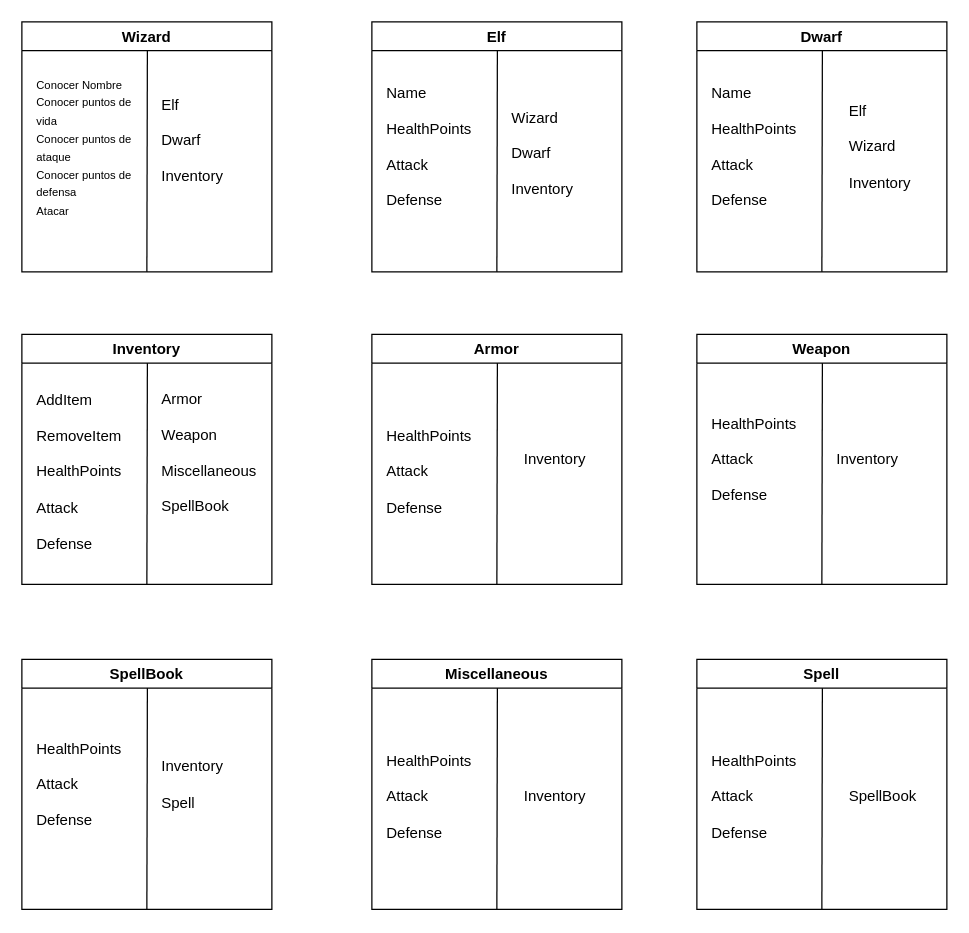
Before: Tarjetas CRC.drawio in charlis96/RolePlayGame_1_Start, a draw.io diagram. Source tidied: cells renumbered, new cells numbered last; positions are measured from the earlier drawing's top-left corner, leaving out a move shared by most shapes. Both pictures are drawn from the tidied source at 125%, with x=0, y=0 at pixel (21, 21).
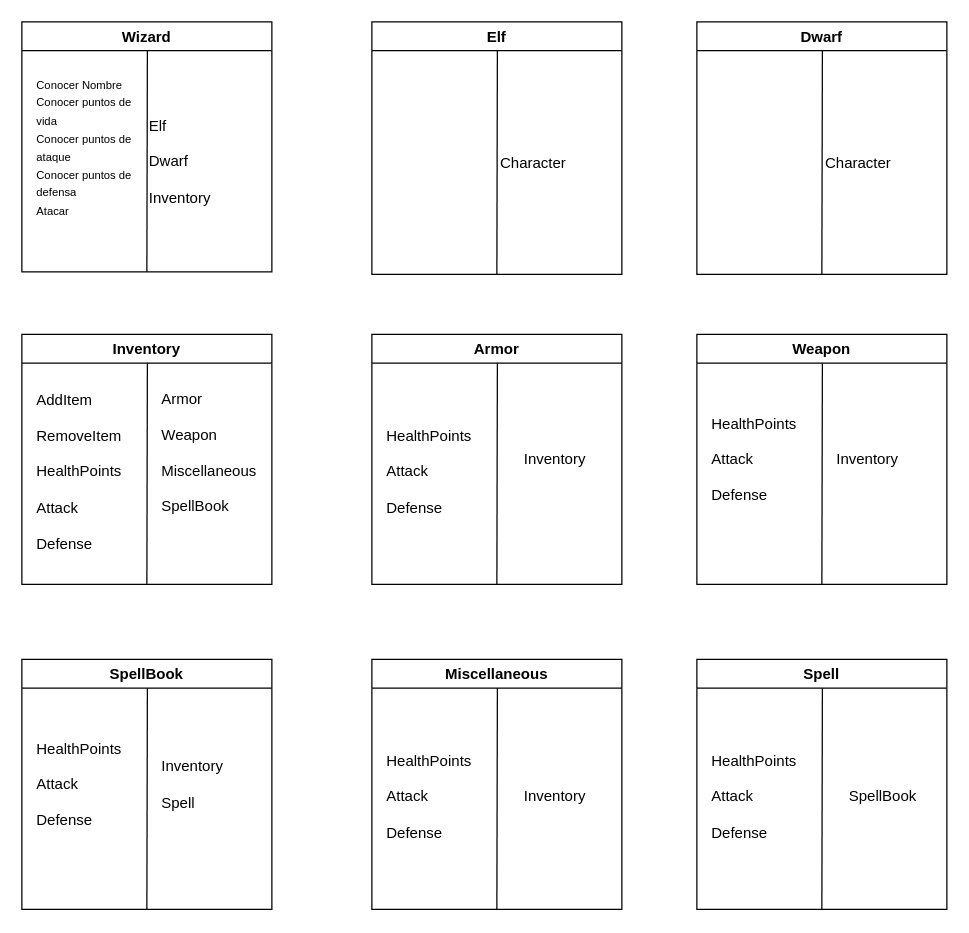
The same page after the edit.

The change refers to these unchanged cells:
```xml
<mxCell id="2" value="Wizard" style="swimlane;" parent="1" vertex="1">
  <mxGeometry width="200" height="200" as="geometry" />
</mxCell>
```

Change to the diagram source:
```diff
@@
     <mxCell id="3" value="Elf&lt;br&gt;&lt;br&gt;Dwarf&lt;br&gt;&lt;br&gt;Inventory" style="text;html=1;strokeColor=none;fillColor=none;align=left;verticalAlign=middle;whiteSpace=wrap;rounded=0;" parent="2" vertex="1">
-      <mxGeometry x="110" y="40" width="70" height="110" as="geometry" />
+      <mxGeometry x="100" y="23" width="100" height="177" as="geometry" />
     </mxCell>
@@
     <mxCell id="6" value="Elf" style="swimlane;" parent="1" vertex="1">
-      <mxGeometry x="280" width="200" height="200" as="geometry" />
+      <mxGeometry x="280" width="200" height="202" as="geometry" />
     </mxCell>
-    <mxCell id="7" value="Name&lt;br&gt;&lt;br&gt;HealthPoints&lt;br&gt;&lt;br&gt;Attack&lt;br&gt;&lt;br&gt;Defense" style="text;html=1;strokeColor=none;fillColor=none;align=left;verticalAlign=middle;whiteSpace=wrap;rounded=0;" parent="6" vertex="1">
-      <mxGeometry x="10" y="40" width="70" height="120" as="geometry" />
-    </mxCell>
-    <mxCell id="8" value="Wizard&lt;br&gt;&lt;br&gt;Dwarf&lt;br&gt;&lt;br&gt;Inventory" style="text;html=1;strokeColor=none;fillColor=none;align=left;verticalAlign=middle;whiteSpace=wrap;rounded=0;" parent="6" vertex="1">
-      <mxGeometry x="110" y="50" width="70" height="110" as="geometry" />
-    </mxCell>
+    <mxCell id="38" value="Character" style="text;html=1;strokeColor=none;fillColor=none;align=left;verticalAlign=middle;whiteSpace=wrap;rounded=0;" parent="6" vertex="1">
+      <mxGeometry x="101" y="23" width="99" height="179" as="geometry" />
+    </mxCell>
@@
     <mxCell id="10" value="Dwarf" style="swimlane;startSize=23;" parent="1" vertex="1">
-      <mxGeometry x="540" width="200" height="200" as="geometry" />
+      <mxGeometry x="540" width="200" height="202" as="geometry" />
     </mxCell>
-    <mxCell id="11" value="Name&lt;br&gt;&lt;br&gt;HealthPoints&lt;br&gt;&lt;br&gt;Attack&lt;br&gt;&lt;br&gt;Defense" style="text;html=1;strokeColor=none;fillColor=none;align=left;verticalAlign=middle;whiteSpace=wrap;rounded=0;" parent="10" vertex="1">
-      <mxGeometry x="10" y="40" width="70" height="120" as="geometry" />
-    </mxCell>
-    <mxCell id="12" value="Elf&lt;br&gt;&lt;br&gt;Wizard&lt;br&gt;&lt;br&gt;Inventory" style="text;html=1;strokeColor=none;fillColor=none;align=left;verticalAlign=middle;whiteSpace=wrap;rounded=0;" parent="10" vertex="1">
-      <mxGeometry x="120" y="45" width="70" height="110" as="geometry" />
-    </mxCell>
+    <mxCell id="39" value="Character" style="text;html=1;strokeColor=none;fillColor=none;align=left;verticalAlign=middle;whiteSpace=wrap;rounded=0;" parent="10" vertex="1">
+      <mxGeometry x="101" y="23" width="99" height="179" as="geometry" />
+    </mxCell>
```
